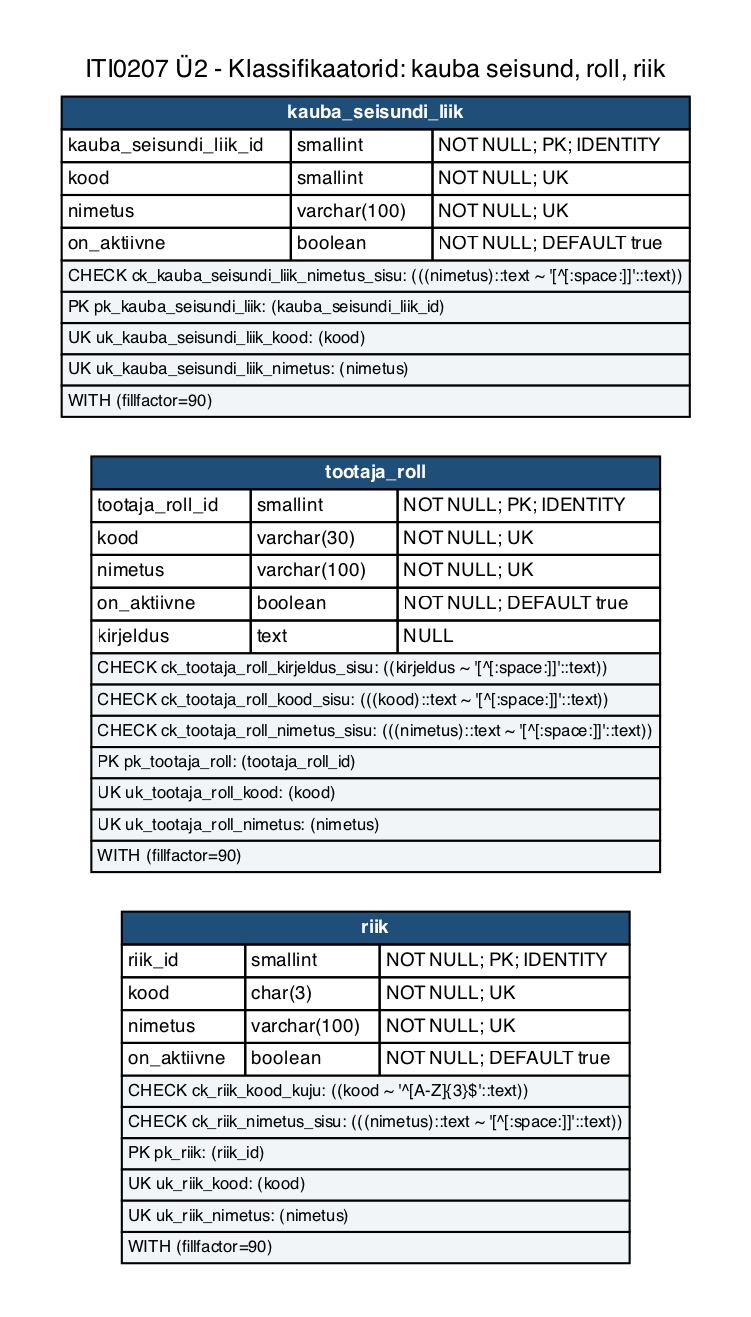
The Graphviz diagram iti0207-epood/docs/diagrams/u2-01b-klassifikaatorid-yldised.png in tamkivi/andmebaasid-projekt, before a commit. Its source is kept beside it as iti0207-epood/docs/diagrams/u2-01b-klassifikaatorid-yldised.dot.
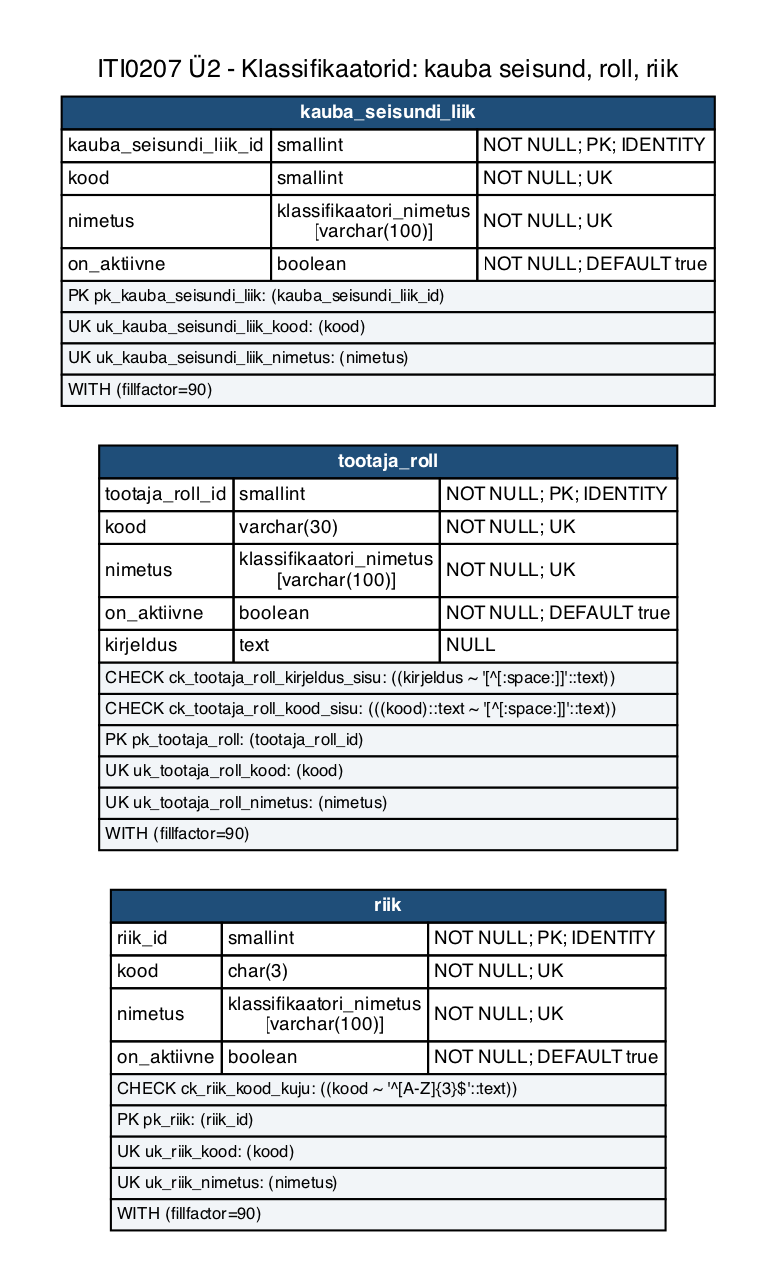
The same file after the commit.

The edit, as a diff of the source:
```diff
@@ -5,9 +5,9 @@
   edge [color="#667788", dir=none, fontsize=8, fontname=Helvetica];
   labelloc="t";
   label="ITI0207 Ü2 - Klassifikaatorid: kauba seisund, roll, riik";
-  "kauba_seisundi_liik" [label=<<TABLE BORDER="0" CELLBORDER="1" CELLSPACING="0" CELLPADDING="2"><TR><TD COLSPAN="3" BGCOLOR="#1f4e79"><FONT COLOR="white"><B>kauba_seisundi_liik</B></FONT></TD></TR><TR><TD ALIGN="LEFT">kauba_seisundi_liik_id</TD><TD ALIGN="LEFT">smallint</TD><TD ALIGN="LEFT">NOT NULL; PK; IDENTITY</TD></TR><TR><TD ALIGN="LEFT">kood</TD><TD ALIGN="LEFT">smallint</TD><TD ALIGN="LEFT">NOT NULL; UK</TD></TR><TR><TD ALIGN="LEFT">nimetus</TD><TD ALIGN="LEFT">varchar(100)</TD><TD ALIGN="LEFT">NOT NULL; UK</TD></TR><TR><TD ALIGN="LEFT">on_aktiivne</TD><TD ALIGN="LEFT">boolean</TD><TD ALIGN="LEFT">NOT NULL; DEFAULT true</TD></TR><TR><TD COLSPAN="3" ALIGN="LEFT" BGCOLOR="#f2f5f8"><FONT POINT-SIZE="8">CHECK ck_kauba_seisundi_liik_nimetus_sisu: (((nimetus)::text ~ &#x27;[^[:space:]]&#x27;::text))</FONT></TD></TR><TR><TD COLSPAN="3" ALIGN="LEFT" BGCOLOR="#f2f5f8"><FONT POINT-SIZE="8">PK pk_kauba_seisundi_liik: (kauba_seisundi_liik_id)</FONT></TD></TR><TR><TD COLSPAN="3" ALIGN="LEFT" BGCOLOR="#f2f5f8"><FONT POINT-SIZE="8">UK uk_kauba_seisundi_liik_kood: (kood)</FONT></TD></TR><TR><TD COLSPAN="3" ALIGN="LEFT" BGCOLOR="#f2f5f8"><FONT POINT-SIZE="8">UK uk_kauba_seisundi_liik_nimetus: (nimetus)</FONT></TD></TR><TR><TD COLSPAN="3" ALIGN="LEFT" BGCOLOR="#f2f5f8"><FONT POINT-SIZE="8">WITH (fillfactor=90)</FONT></TD></TR></TABLE>>];
-  "tootaja_roll" [label=<<TABLE BORDER="0" CELLBORDER="1" CELLSPACING="0" CELLPADDING="2"><TR><TD COLSPAN="3" BGCOLOR="#1f4e79"><FONT COLOR="white"><B>tootaja_roll</B></FONT></TD></TR><TR><TD ALIGN="LEFT">tootaja_roll_id</TD><TD ALIGN="LEFT">smallint</TD><TD ALIGN="LEFT">NOT NULL; PK; IDENTITY</TD></TR><TR><TD ALIGN="LEFT">kood</TD><TD ALIGN="LEFT">varchar(30)</TD><TD ALIGN="LEFT">NOT NULL; UK</TD></TR><TR><TD ALIGN="LEFT">nimetus</TD><TD ALIGN="LEFT">varchar(100)</TD><TD ALIGN="LEFT">NOT NULL; UK</TD></TR><TR><TD ALIGN="LEFT">on_aktiivne</TD><TD ALIGN="LEFT">boolean</TD><TD ALIGN="LEFT">NOT NULL; DEFAULT true</TD></TR><TR><TD ALIGN="LEFT">kirjeldus</TD><TD ALIGN="LEFT">text</TD><TD ALIGN="LEFT">NULL</TD></TR><TR><TD COLSPAN="3" ALIGN="LEFT" BGCOLOR="#f2f5f8"><FONT POINT-SIZE="8">CHECK ck_tootaja_roll_kirjeldus_sisu: ((kirjeldus ~ &#x27;[^[:space:]]&#x27;::text))</FONT></TD></TR><TR><TD COLSPAN="3" ALIGN="LEFT" BGCOLOR="#f2f5f8"><FONT POINT-SIZE="8">CHECK ck_tootaja_roll_kood_sisu: (((kood)::text ~ &#x27;[^[:space:]]&#x27;::text))</FONT></TD></TR><TR><TD COLSPAN="3" ALIGN="LEFT" BGCOLOR="#f2f5f8"><FONT POINT-SIZE="8">CHECK ck_tootaja_roll_nimetus_sisu: (((nimetus)::text ~ &#x27;[^[:space:]]&#x27;::text))</FONT></TD></TR><TR><TD COLSPAN="3" ALIGN="LEFT" BGCOLOR="#f2f5f8"><FONT POINT-SIZE="8">PK pk_tootaja_roll: (tootaja_roll_id)</FONT></TD></TR><TR><TD COLSPAN="3" ALIGN="LEFT" BGCOLOR="#f2f5f8"><FONT POINT-SIZE="8">UK uk_tootaja_roll_kood: (kood)</FONT></TD></TR><TR><TD COLSPAN="3" ALIGN="LEFT" BGCOLOR="#f2f5f8"><FONT POINT-SIZE="8">UK uk_tootaja_roll_nimetus: (nimetus)</FONT></TD></TR><TR><TD COLSPAN="3" ALIGN="LEFT" BGCOLOR="#f2f5f8"><FONT POINT-SIZE="8">WITH (fillfactor=90)</FONT></TD></TR></TABLE>>];
-  "riik" [label=<<TABLE BORDER="0" CELLBORDER="1" CELLSPACING="0" CELLPADDING="2"><TR><TD COLSPAN="3" BGCOLOR="#1f4e79"><FONT COLOR="white"><B>riik</B></FONT></TD></TR><TR><TD ALIGN="LEFT">riik_id</TD><TD ALIGN="LEFT">smallint</TD><TD ALIGN="LEFT">NOT NULL; PK; IDENTITY</TD></TR><TR><TD ALIGN="LEFT">kood</TD><TD ALIGN="LEFT">char(3)</TD><TD ALIGN="LEFT">NOT NULL; UK</TD></TR><TR><TD ALIGN="LEFT">nimetus</TD><TD ALIGN="LEFT">varchar(100)</TD><TD ALIGN="LEFT">NOT NULL; UK</TD></TR><TR><TD ALIGN="LEFT">on_aktiivne</TD><TD ALIGN="LEFT">boolean</TD><TD ALIGN="LEFT">NOT NULL; DEFAULT true</TD></TR><TR><TD COLSPAN="3" ALIGN="LEFT" BGCOLOR="#f2f5f8"><FONT POINT-SIZE="8">CHECK ck_riik_kood_kuju: ((kood ~ &#x27;^[A-Z]{3}$&#x27;::text))</FONT></TD></TR><TR><TD COLSPAN="3" ALIGN="LEFT" BGCOLOR="#f2f5f8"><FONT POINT-SIZE="8">CHECK ck_riik_nimetus_sisu: (((nimetus)::text ~ &#x27;[^[:space:]]&#x27;::text))</FONT></TD></TR><TR><TD COLSPAN="3" ALIGN="LEFT" BGCOLOR="#f2f5f8"><FONT POINT-SIZE="8">PK pk_riik: (riik_id)</FONT></TD></TR><TR><TD COLSPAN="3" ALIGN="LEFT" BGCOLOR="#f2f5f8"><FONT POINT-SIZE="8">UK uk_riik_kood: (kood)</FONT></TD></TR><TR><TD COLSPAN="3" ALIGN="LEFT" BGCOLOR="#f2f5f8"><FONT POINT-SIZE="8">UK uk_riik_nimetus: (nimetus)</FONT></TD></TR><TR><TD COLSPAN="3" ALIGN="LEFT" BGCOLOR="#f2f5f8"><FONT POINT-SIZE="8">WITH (fillfactor=90)</FONT></TD></TR></TABLE>>];
+  "kauba_seisundi_liik" [label=<<TABLE BORDER="0" CELLBORDER="1" CELLSPACING="0" CELLPADDING="2"><TR><TD COLSPAN="3" BGCOLOR="#1f4e79"><FONT COLOR="white"><B>kauba_seisundi_liik</B></FONT></TD></TR><TR><TD ALIGN="LEFT">kauba_seisundi_liik_id</TD><TD ALIGN="LEFT">smallint</TD><TD ALIGN="LEFT">NOT NULL; PK; IDENTITY</TD></TR><TR><TD ALIGN="LEFT">kood</TD><TD ALIGN="LEFT">smallint</TD><TD ALIGN="LEFT">NOT NULL; UK</TD></TR><TR><TD ALIGN="LEFT">nimetus</TD><TD ALIGN="LEFT">klassifikaatori_nimetus<BR/>[varchar(100)]</TD><TD ALIGN="LEFT">NOT NULL; UK</TD></TR><TR><TD ALIGN="LEFT">on_aktiivne</TD><TD ALIGN="LEFT">boolean</TD><TD ALIGN="LEFT">NOT NULL; DEFAULT true</TD></TR><TR><TD COLSPAN="3" ALIGN="LEFT" BGCOLOR="#f2f5f8"><FONT POINT-SIZE="8">PK pk_kauba_seisundi_liik: (kauba_seisundi_liik_id)</FONT></TD></TR><TR><TD COLSPAN="3" ALIGN="LEFT" BGCOLOR="#f2f5f8"><FONT POINT-SIZE="8">UK uk_kauba_seisundi_liik_kood: (kood)</FONT></TD></TR><TR><TD COLSPAN="3" ALIGN="LEFT" BGCOLOR="#f2f5f8"><FONT POINT-SIZE="8">UK uk_kauba_seisundi_liik_nimetus: (nimetus)</FONT></TD></TR><TR><TD COLSPAN="3" ALIGN="LEFT" BGCOLOR="#f2f5f8"><FONT POINT-SIZE="8">WITH (fillfactor=90)</FONT></TD></TR></TABLE>>];
+  "tootaja_roll" [label=<<TABLE BORDER="0" CELLBORDER="1" CELLSPACING="0" CELLPADDING="2"><TR><TD COLSPAN="3" BGCOLOR="#1f4e79"><FONT COLOR="white"><B>tootaja_roll</B></FONT></TD></TR><TR><TD ALIGN="LEFT">tootaja_roll_id</TD><TD ALIGN="LEFT">smallint</TD><TD ALIGN="LEFT">NOT NULL; PK; IDENTITY</TD></TR><TR><TD ALIGN="LEFT">kood</TD><TD ALIGN="LEFT">varchar(30)</TD><TD ALIGN="LEFT">NOT NULL; UK</TD></TR><TR><TD ALIGN="LEFT">nimetus</TD><TD ALIGN="LEFT">klassifikaatori_nimetus<BR/>[varchar(100)]</TD><TD ALIGN="LEFT">NOT NULL; UK</TD></TR><TR><TD ALIGN="LEFT">on_aktiivne</TD><TD ALIGN="LEFT">boolean</TD><TD ALIGN="LEFT">NOT NULL; DEFAULT true</TD></TR><TR><TD ALIGN="LEFT">kirjeldus</TD><TD ALIGN="LEFT">text</TD><TD ALIGN="LEFT">NULL</TD></TR><TR><TD COLSPAN="3" ALIGN="LEFT" BGCOLOR="#f2f5f8"><FONT POINT-SIZE="8">CHECK ck_tootaja_roll_kirjeldus_sisu: ((kirjeldus ~ &#x27;[^[:space:]]&#x27;::text))</FONT></TD></TR><TR><TD COLSPAN="3" ALIGN="LEFT" BGCOLOR="#f2f5f8"><FONT POINT-SIZE="8">CHECK ck_tootaja_roll_kood_sisu: (((kood)::text ~ &#x27;[^[:space:]]&#x27;::text))</FONT></TD></TR><TR><TD COLSPAN="3" ALIGN="LEFT" BGCOLOR="#f2f5f8"><FONT POINT-SIZE="8">PK pk_tootaja_roll: (tootaja_roll_id)</FONT></TD></TR><TR><TD COLSPAN="3" ALIGN="LEFT" BGCOLOR="#f2f5f8"><FONT POINT-SIZE="8">UK uk_tootaja_roll_kood: (kood)</FONT></TD></TR><TR><TD COLSPAN="3" ALIGN="LEFT" BGCOLOR="#f2f5f8"><FONT POINT-SIZE="8">UK uk_tootaja_roll_nimetus: (nimetus)</FONT></TD></TR><TR><TD COLSPAN="3" ALIGN="LEFT" BGCOLOR="#f2f5f8"><FONT POINT-SIZE="8">WITH (fillfactor=90)</FONT></TD></TR></TABLE>>];
+  "riik" [label=<<TABLE BORDER="0" CELLBORDER="1" CELLSPACING="0" CELLPADDING="2"><TR><TD COLSPAN="3" BGCOLOR="#1f4e79"><FONT COLOR="white"><B>riik</B></FONT></TD></TR><TR><TD ALIGN="LEFT">riik_id</TD><TD ALIGN="LEFT">smallint</TD><TD ALIGN="LEFT">NOT NULL; PK; IDENTITY</TD></TR><TR><TD ALIGN="LEFT">kood</TD><TD ALIGN="LEFT">char(3)</TD><TD ALIGN="LEFT">NOT NULL; UK</TD></TR><TR><TD ALIGN="LEFT">nimetus</TD><TD ALIGN="LEFT">klassifikaatori_nimetus<BR/>[varchar(100)]</TD><TD ALIGN="LEFT">NOT NULL; UK</TD></TR><TR><TD ALIGN="LEFT">on_aktiivne</TD><TD ALIGN="LEFT">boolean</TD><TD ALIGN="LEFT">NOT NULL; DEFAULT true</TD></TR><TR><TD COLSPAN="3" ALIGN="LEFT" BGCOLOR="#f2f5f8"><FONT POINT-SIZE="8">CHECK ck_riik_kood_kuju: ((kood ~ &#x27;^[A-Z]{3}$&#x27;::text))</FONT></TD></TR><TR><TD COLSPAN="3" ALIGN="LEFT" BGCOLOR="#f2f5f8"><FONT POINT-SIZE="8">PK pk_riik: (riik_id)</FONT></TD></TR><TR><TD COLSPAN="3" ALIGN="LEFT" BGCOLOR="#f2f5f8"><FONT POINT-SIZE="8">UK uk_riik_kood: (kood)</FONT></TD></TR><TR><TD COLSPAN="3" ALIGN="LEFT" BGCOLOR="#f2f5f8"><FONT POINT-SIZE="8">UK uk_riik_nimetus: (nimetus)</FONT></TD></TR><TR><TD COLSPAN="3" ALIGN="LEFT" BGCOLOR="#f2f5f8"><FONT POINT-SIZE="8">WITH (fillfactor=90)</FONT></TD></TR></TABLE>>];
   "kauba_seisundi_liik" -> "tootaja_roll" [style=invis, weight=100];
   "tootaja_roll" -> "riik" [style=invis, weight=100];
 }
```
